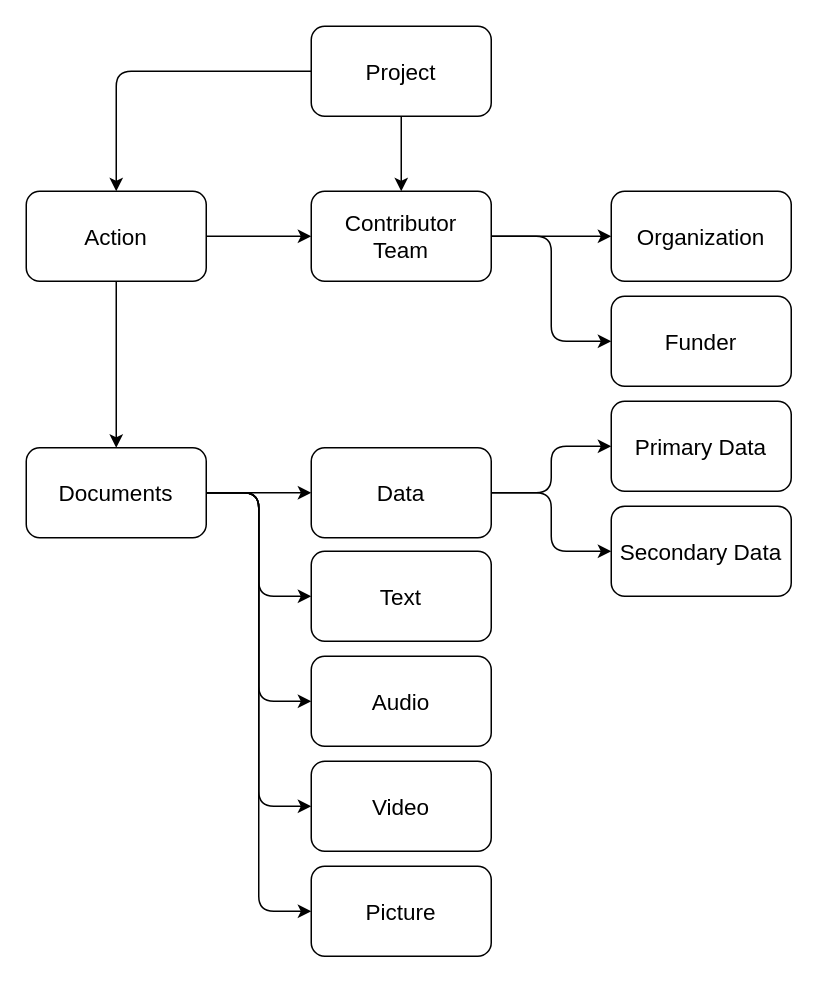
This is pics/metadata.drawio from STAPLE-verse/documentation, a draw.io file, before an edit. Source tidied: cells renumbered, new cells numbered last; positions are measured from the earlier drawing's top-left corner, leaving out a move shared by most shapes. Both pictures are drawn from the tidied source at 150%, with x=0, y=0 at pixel (26, 26).
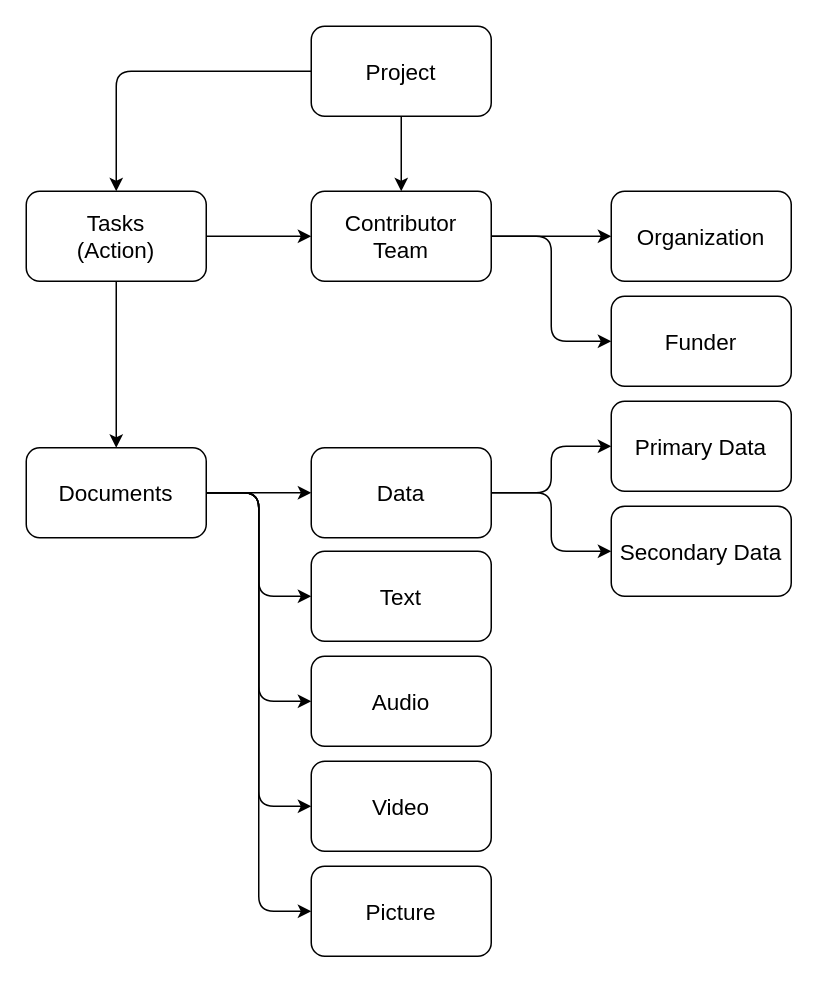
Above is the later version.

The edit, as a diff of the source:
```diff
@@
-    <mxCell id="27" value="Action" style="rounded=1;whiteSpace=wrap;html=1;fontSize=15;" parent="1" vertex="1">
+    <mxCell id="27" value="Tasks&lt;div&gt;(Action)&lt;/div&gt;" style="rounded=1;whiteSpace=wrap;html=1;fontSize=15;" parent="1" vertex="1">
       <mxGeometry y="110" width="120" height="60" as="geometry" />
     </mxCell>
```
